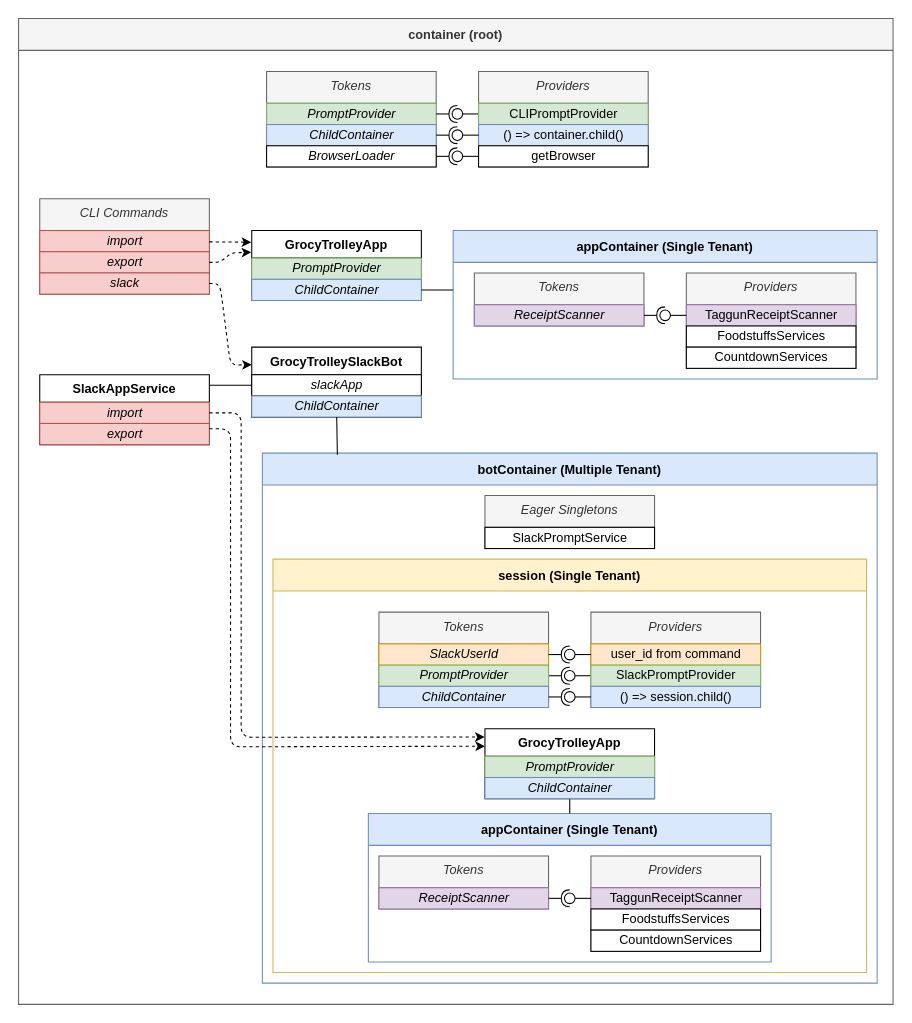
Earlier version of the draw.io diagram ARCHITECTURE.drawio (finn-wa/grocy-trolley). Source tidied: cells renumbered, new cells numbered last; positions are measured from the earlier drawing's top-left corner, leaving out a move shared by most shapes. Both pictures are drawn from the tidied source at 106%, with x=0, y=0 at pixel (18, 18).
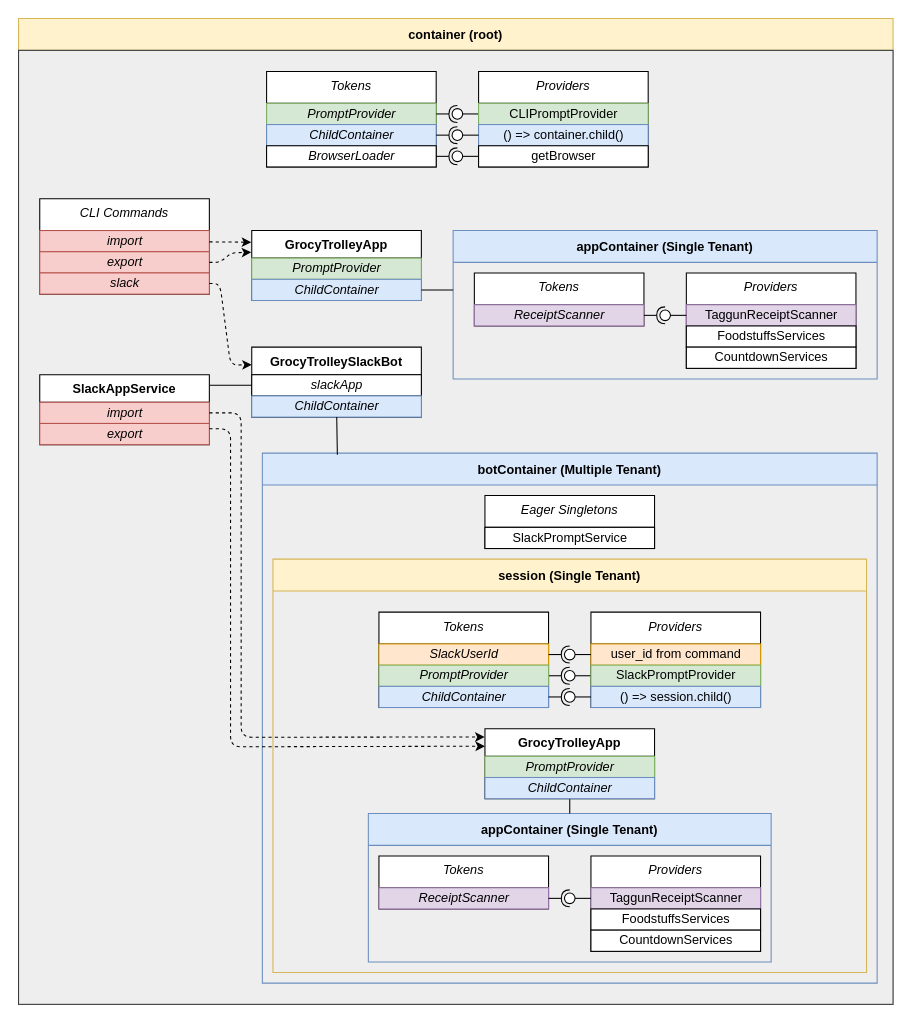
Above is the later version.

Commit message (it also covers changes not shown here):
docs: add background to architecture diagram

The change refers to these unchanged cells:
```xml
<mxCell id="3" value="botContainer (Multiple Tenant)" style="swimlane;fontSize=12;startSize=30;fillColor=#dae8fc;strokeColor=#6c8ebf;" parent="2" vertex="1">
  <mxGeometry x="230" y="410" width="580" height="500" as="geometry" />
</mxCell>
<mxCell id="8" value="session (Single Tenant)" style="swimlane;fontSize=12;startSize=30;fillColor=#fff2cc;strokeColor=#d6b656;" parent="3" vertex="1">
  <mxGeometry x="10" y="100" width="560" height="390" as="geometry" />
</mxCell>
<mxCell id="21" value="appContainer (Single Tenant)" style="swimlane;fontSize=12;startSize=30;fillColor=#dae8fc;strokeColor=#6c8ebf;" parent="8" vertex="1">
  <mxGeometry x="90" y="240" width="380" height="140" as="geometry" />
</mxCell>
<mxCell id="53" value="appContainer (Single Tenant)" style="swimlane;fontSize=12;startSize=30;fillColor=#dae8fc;strokeColor=#6c8ebf;" parent="2" vertex="1">
  <mxGeometry x="410" y="200" width="400" height="140" as="geometry" />
</mxCell>
```

What changed in the source:
```diff
@@
-    <mxCell id="2" value="container (root)" style="swimlane;fontSize=12;startSize=30;fillColor=#f5f5f5;strokeColor=#666666;fontColor=#333333;" parent="1" vertex="1">
+    <mxCell id="2" value="container (root)" style="swimlane;fontSize=12;startSize=30;fillColor=#fff2cc;strokeColor=#d6b656;" parent="1" vertex="1">
       <mxGeometry width="825" height="930" as="geometry" />
     </mxCell>
+    <mxCell id="94" style="rounded=0;whiteSpace=wrap;html=1;fillColor=#eeeeee;strokeColor=#36393d;" parent="2" vertex="1">
+      <mxGeometry y="30" width="825" height="900" as="geometry" />
+    </mxCell>
@@
-    <mxCell id="9" value="Providers" style="swimlane;fontStyle=2;align=center;verticalAlign=top;horizontal=1;startSize=30;fontSize=12;fillColor=#f5f5f5;fontColor=#333333;strokeColor=#666666;" parent="8" vertex="1">
+    <mxCell id="9" value="Providers" style="swimlane;fontStyle=2;align=center;verticalAlign=top;horizontal=1;startSize=30;fontSize=12;" parent="8" vertex="1">
       <mxGeometry x="300" y="50" width="160" height="90" as="geometry" />
     </mxCell>
@@
-    <mxCell id="13" value="Tokens" style="swimlane;fontStyle=2;align=center;verticalAlign=top;horizontal=1;startSize=30;fontSize=12;fillColor=#f5f5f5;fontColor=#333333;strokeColor=#666666;" parent="8" vertex="1">
+    <mxCell id="13" value="Tokens" style="swimlane;fontStyle=2;align=center;verticalAlign=top;horizontal=1;startSize=30;fontSize=12;" parent="8" vertex="1">
       <mxGeometry x="100" y="50" width="160" height="90" as="geometry" />
     </mxCell>
@@
-    <mxCell id="22" value="Providers" style="swimlane;fontStyle=2;align=center;verticalAlign=top;horizontal=1;startSize=30;fontSize=12;fillColor=#f5f5f5;fontColor=#333333;strokeColor=#666666;" parent="21" vertex="1">
+    <mxCell id="22" value="Providers" style="swimlane;fontStyle=2;align=center;verticalAlign=top;horizontal=1;startSize=30;fontSize=12;" parent="21" vertex="1">
       <mxGeometry x="210" y="40" width="160" height="90" as="geometry" />
     </mxCell>
@@
-    <mxCell id="26" value="Tokens" style="swimlane;fontStyle=2;align=center;verticalAlign=top;horizontal=1;startSize=30;fontSize=12;fillColor=#f5f5f5;fontColor=#333333;strokeColor=#666666;" parent="21" vertex="1">
+    <mxCell id="26" value="Tokens" style="swimlane;fontStyle=2;align=center;verticalAlign=top;horizontal=1;startSize=30;fontSize=12;" parent="21" vertex="1">
       <mxGeometry x="10" y="40" width="160" height="50" as="geometry" />
     </mxCell>
@@
-    <mxCell id="36" value="Eager Singletons" style="swimlane;fontStyle=2;align=center;verticalAlign=top;horizontal=1;startSize=30;fontSize=12;fillColor=#f5f5f5;fontColor=#333333;strokeColor=#666666;" parent="3" vertex="1">
+    <mxCell id="36" value="Eager Singletons" style="swimlane;fontStyle=2;align=center;verticalAlign=top;horizontal=1;startSize=30;fontSize=12;" parent="3" vertex="1">
       <mxGeometry x="210" y="40" width="160" height="50" as="geometry" />
     </mxCell>
@@
-    <mxCell id="38" value="Tokens" style="swimlane;fontStyle=2;align=center;verticalAlign=top;horizontal=1;startSize=30;fontSize=12;fillColor=#f5f5f5;fontColor=#333333;strokeColor=#666666;" parent="2" vertex="1">
+    <mxCell id="38" value="Tokens" style="swimlane;fontStyle=2;align=center;verticalAlign=top;horizontal=1;startSize=30;fontSize=12;" parent="2" vertex="1">
       <mxGeometry x="234" y="50" width="160" height="90" as="geometry" />
     </mxCell>
@@
-    <mxCell id="46" value="Providers" style="swimlane;fontStyle=2;align=center;verticalAlign=top;horizontal=1;startSize=30;fontSize=12;fillColor=#f5f5f5;fontColor=#333333;strokeColor=#666666;" parent="2" vertex="1">
+    <mxCell id="46" value="Providers" style="swimlane;fontStyle=2;align=center;verticalAlign=top;horizontal=1;startSize=30;fontSize=12;" parent="2" vertex="1">
       <mxGeometry x="434" y="50" width="160" height="90" as="geometry" />
     </mxCell>
@@
-    <mxCell id="54" value="Providers" style="swimlane;fontStyle=2;align=center;verticalAlign=top;horizontal=1;startSize=30;fontSize=12;fillColor=#f5f5f5;fontColor=#333333;strokeColor=#666666;" parent="53" vertex="1">
+    <mxCell id="54" value="Providers" style="swimlane;fontStyle=2;align=center;verticalAlign=top;horizontal=1;startSize=30;fontSize=12;" parent="53" vertex="1">
       <mxGeometry x="220" y="40" width="160" height="90" as="geometry" />
     </mxCell>
@@
-    <mxCell id="58" value="Tokens" style="swimlane;fontStyle=2;align=center;verticalAlign=top;horizontal=1;startSize=30;fontSize=12;fillColor=#f5f5f5;fontColor=#333333;strokeColor=#666666;" parent="53" vertex="1">
+    <mxCell id="58" value="Tokens" style="swimlane;fontStyle=2;align=center;verticalAlign=top;horizontal=1;startSize=30;fontSize=12;" parent="53" vertex="1">
       <mxGeometry x="20" y="40" width="160" height="50" as="geometry" />
     </mxCell>
@@
-    <mxCell id="61" value="CLI Commands" style="swimlane;fontStyle=2;align=center;verticalAlign=top;horizontal=1;startSize=30;fontSize=12;fillColor=#f5f5f5;strokeColor=#666666;fontColor=#333333;" parent="2" vertex="1">
+    <mxCell id="61" value="CLI Commands" style="swimlane;fontStyle=2;align=center;verticalAlign=top;horizontal=1;startSize=30;fontSize=12;" parent="2" vertex="1">
       <mxGeometry x="20" y="170" width="160" height="90" as="geometry" />
     </mxCell>
```
